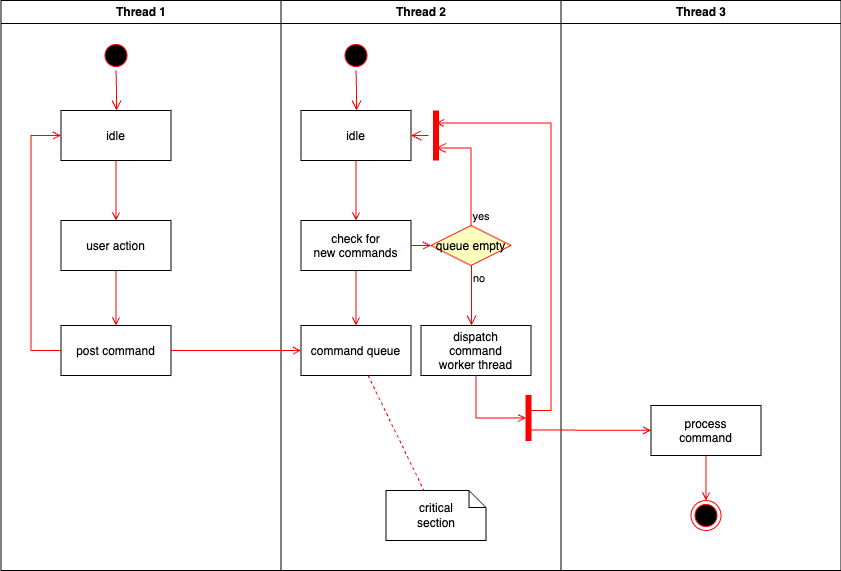
Helvila/Capstone-project keeps this draw.io diagram as Untitled Diagram.drawio.png. Above is the earlier version. Source tidied: cells renumbered, new cells last; positions are measured from the earlier drawing's top-left corner, leaving out a move shared by most shapes. Source of this version:
```xml
<mxGraphModel>
  <root>
    <mxCell id="0" />
    <mxCell id="1" parent="0" />
    <mxCell id="2" value="Thread 1" style="swimlane;whiteSpace=wrap;" parent="1" vertex="1">
      <mxGeometry x="0.5" width="280" height="570" as="geometry" />
    </mxCell>
    <mxCell id="3" style="ellipse;shape=startState;fillColor=#000000;strokeColor=#ff0000;" parent="2" vertex="1">
      <mxGeometry x="100" y="40" width="30" height="30" as="geometry" />
    </mxCell>
    <mxCell id="4" style="edgeStyle=elbowEdgeStyle;elbow=horizontal;verticalAlign=bottom;endArrow=open;endSize=8;strokeColor=#FF0000;endFill=1;rounded=0;" parent="2" edge="1" source="3" target="5">
      <mxGeometry x="100" y="40" as="geometry" />
    </mxCell>
    <mxCell id="5" value="idle" parent="2" vertex="1">
      <mxGeometry x="60" y="110" width="110" height="50" as="geometry" />
    </mxCell>
    <mxCell id="6" value="user action" parent="2" vertex="1">
      <mxGeometry x="60" y="220" width="110" height="50" as="geometry" />
    </mxCell>
    <mxCell id="7" style="endArrow=open;strokeColor=#FF0000;endFill=1;rounded=0;" parent="2" edge="1" source="5" target="6">
      <mxGeometry relative="1" as="geometry" />
    </mxCell>
    <mxCell id="8" value="post command" parent="2" vertex="1">
      <mxGeometry x="60" y="325" width="110" height="50" as="geometry" />
    </mxCell>
    <mxCell id="9" style="endArrow=open;strokeColor=#FF0000;endFill=1;rounded=0;" parent="2" edge="1" source="6" target="8">
      <mxGeometry relative="1" as="geometry" />
    </mxCell>
    <mxCell id="10" style="edgeStyle=elbowEdgeStyle;elbow=horizontal;strokeColor=#FF0000;endArrow=open;endFill=1;rounded=0;" parent="2" edge="1" source="8" target="5">
      <mxGeometry relative="1" as="geometry">
        <Array as="points">
          <mxPoint x="30" y="250" />
        </Array>
      </mxGeometry>
    </mxCell>
    <mxCell id="11" value="Thread 2" style="swimlane;whiteSpace=wrap;" parent="1" vertex="1">
      <mxGeometry x="280.5" width="280" height="570" as="geometry" />
    </mxCell>
    <mxCell id="12" style="ellipse;shape=startState;fillColor=#000000;strokeColor=#ff0000;" parent="11" vertex="1">
      <mxGeometry x="60" y="40" width="30" height="30" as="geometry" />
    </mxCell>
    <mxCell id="13" style="edgeStyle=elbowEdgeStyle;elbow=horizontal;verticalAlign=bottom;endArrow=open;endSize=8;strokeColor=#FF0000;endFill=1;rounded=0;" parent="11" edge="1" source="12" target="14">
      <mxGeometry x="40" y="20" as="geometry" />
    </mxCell>
    <mxCell id="14" value="idle" parent="11" vertex="1">
      <mxGeometry x="20" y="110" width="110" height="50" as="geometry" />
    </mxCell>
    <mxCell id="15" value="check for &#10;new commands" parent="11" vertex="1">
      <mxGeometry x="20" y="220" width="110" height="50" as="geometry" />
    </mxCell>
    <mxCell id="16" style="endArrow=open;strokeColor=#FF0000;endFill=1;rounded=0;" parent="11" edge="1" source="14" target="15">
      <mxGeometry relative="1" as="geometry" />
    </mxCell>
    <mxCell id="17" value="command queue" parent="11" vertex="1">
      <mxGeometry x="20" y="325" width="110" height="50" as="geometry" />
    </mxCell>
    <mxCell id="18" style="endArrow=open;strokeColor=#FF0000;endFill=1;rounded=0;" parent="11" edge="1" source="15" target="17">
      <mxGeometry relative="1" as="geometry" />
    </mxCell>
    <mxCell id="19" value="queue empty" style="rhombus;fillColor=#ffffc0;strokeColor=#ff0000;" parent="11" vertex="1">
      <mxGeometry x="150" y="225" width="80" height="40" as="geometry" />
    </mxCell>
    <mxCell id="20" value="yes" style="edgeStyle=elbowEdgeStyle;elbow=horizontal;align=left;verticalAlign=bottom;endArrow=open;endSize=8;strokeColor=#FF0000;exitX=0.5;exitY=0;endFill=1;rounded=0;entryX=0.75;entryY=0.5;entryPerimeter=0;" parent="11" edge="1" source="19" target="23">
      <mxGeometry x="-1" relative="1" as="geometry">
        <Array as="points">
          <mxPoint x="190" y="180" />
        </Array>
      </mxGeometry>
    </mxCell>
    <mxCell id="21" value="no" style="edgeStyle=elbowEdgeStyle;elbow=horizontal;align=left;verticalAlign=top;endArrow=open;endSize=8;strokeColor=#FF0000;endFill=1;rounded=0;" parent="11" edge="1" source="19" target="25">
      <mxGeometry x="-1" relative="1" as="geometry" />
    </mxCell>
    <mxCell id="22" style="endArrow=open;strokeColor=#FF0000;endFill=1;rounded=0;" parent="11" edge="1" source="15" target="19">
      <mxGeometry relative="1" as="geometry" />
    </mxCell>
    <mxCell id="23" style="shape=line;strokeWidth=6;strokeColor=#ff0000;rotation=90;" parent="11" vertex="1">
      <mxGeometry x="130" y="127.5" width="50" height="15" as="geometry" />
    </mxCell>
    <mxCell id="24" style="edgeStyle=elbowEdgeStyle;elbow=horizontal;verticalAlign=bottom;endArrow=open;endSize=8;strokeColor=#FF0000;endFill=1;rounded=0;" parent="11" edge="1" source="23" target="14">
      <mxGeometry x="130" y="90" as="geometry" />
    </mxCell>
    <mxCell id="25" value="dispatch&#10;command&#10;worker thread" parent="11" vertex="1">
      <mxGeometry x="140" y="325" width="110" height="50" as="geometry" />
    </mxCell>
    <mxCell id="26" value="critical&#10;section" style="shape=note;whiteSpace=wrap;size=17;" parent="11" vertex="1">
      <mxGeometry x="105" y="490" width="100" height="50" as="geometry" />
    </mxCell>
    <mxCell id="27" style="endArrow=none;strokeColor=#FF0000;endFill=0;rounded=0;dashed=1;" parent="11" edge="1" source="17" target="26">
      <mxGeometry relative="1" as="geometry" />
    </mxCell>
    <mxCell id="28" style="whiteSpace=wrap;strokeColor=#FF0000;fillColor=#FF0000;" parent="11" vertex="1">
      <mxGeometry x="245" y="395" width="5" height="45" as="geometry" />
    </mxCell>
    <mxCell id="29" style="edgeStyle=elbowEdgeStyle;elbow=horizontal;entryX=0;entryY=0.5;strokeColor=#FF0000;endArrow=open;endFill=1;rounded=0;" parent="11" edge="1" source="25" target="28">
      <mxGeometry relative="1" as="geometry">
        <Array as="points">
          <mxPoint x="195" y="400" />
        </Array>
      </mxGeometry>
    </mxCell>
    <mxCell id="30" value="Thread 3" style="swimlane;whiteSpace=wrap;" parent="1" vertex="1">
      <mxGeometry x="560.5" width="280" height="570" as="geometry" />
    </mxCell>
    <mxCell id="31" value="process&#10;command" parent="30" vertex="1">
      <mxGeometry x="90" y="405" width="110" height="50" as="geometry" />
    </mxCell>
    <mxCell id="32" style="edgeStyle=elbowEdgeStyle;elbow=horizontal;strokeColor=#FF0000;endArrow=open;endFill=1;rounded=0;entryX=0.25;entryY=0.5;entryPerimeter=0;" parent="30" edge="1" target="23">
      <mxGeometry relative="1" as="geometry">
        <mxPoint x="-30" y="410" as="sourcePoint" />
        <Array as="points">
          <mxPoint x="-10" y="135" />
        </Array>
      </mxGeometry>
    </mxCell>
    <mxCell id="33" style="edgeStyle=none;strokeColor=#FF0000;endArrow=open;endFill=1;rounded=0;" parent="30" edge="1" target="31">
      <mxGeometry relative="1" as="geometry">
        <mxPoint x="-30" y="429.5" as="sourcePoint" />
      </mxGeometry>
    </mxCell>
    <mxCell id="34" style="ellipse;shape=endState;fillColor=#000000;strokeColor=#ff0000;" parent="30" vertex="1">
      <mxGeometry x="130" y="500" width="30" height="30" as="geometry" />
    </mxCell>
    <mxCell id="35" style="endArrow=open;strokeColor=#FF0000;endFill=1;rounded=0;" parent="30" edge="1" source="31" target="34">
      <mxGeometry relative="1" as="geometry" />
    </mxCell>
    <mxCell id="36" style="endArrow=open;strokeColor=#FF0000;endFill=1;rounded=0;" parent="1" edge="1" source="8" target="17">
      <mxGeometry relative="1" as="geometry" />
    </mxCell>
  </root>
</mxGraphModel>
```
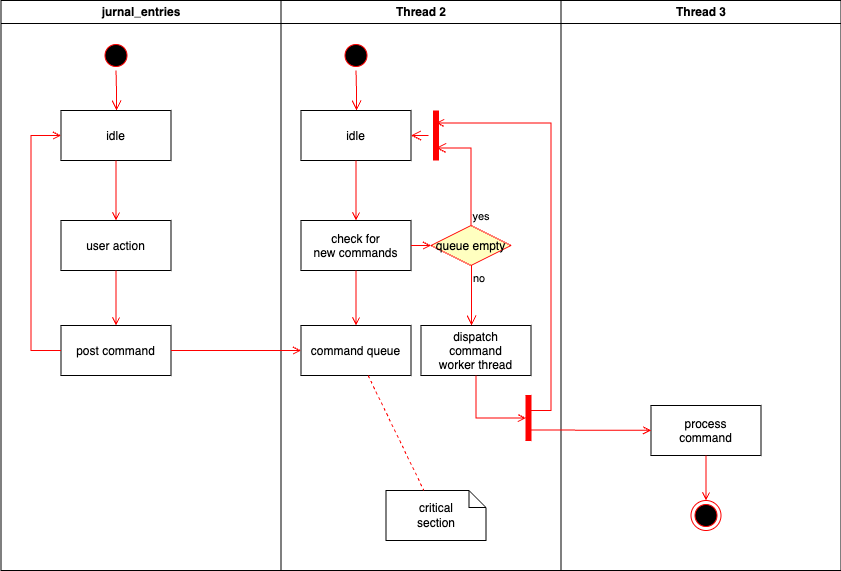
The same diagram one commit later.

Diff of the diagram source:
```diff
@@ -2,7 +2,7 @@
   <root>
     <mxCell id="0" />
     <mxCell id="1" parent="0" />
-    <mxCell id="2" value="Thread 1" style="swimlane;whiteSpace=wrap;" parent="1" vertex="1">
+    <mxCell id="2" value="jurnal_entries" style="swimlane;whiteSpace=wrap;" parent="1" vertex="1">
       <mxGeometry x="0.5" width="280" height="570" as="geometry" />
     </mxCell>
     <mxCell id="3" style="ellipse;shape=startState;fillColor=#000000;strokeColor=#ff0000;" parent="2" vertex="1">
```
